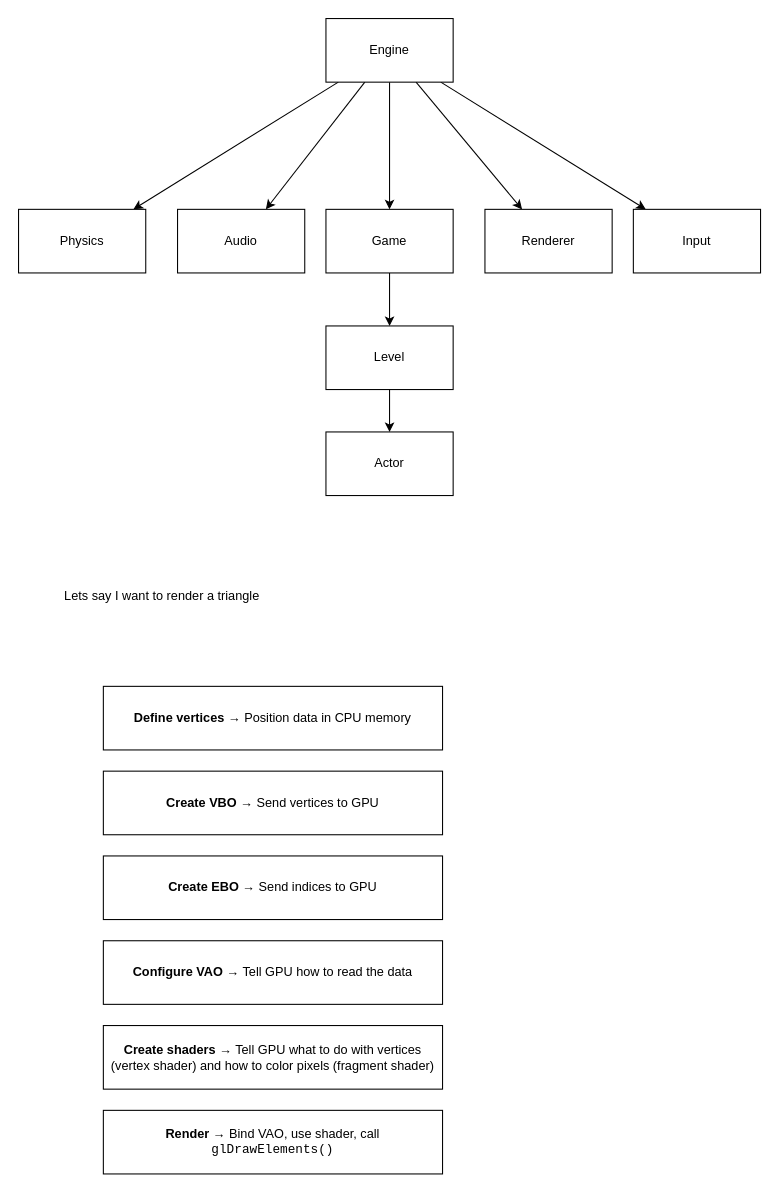
Earlier version of the draw.io diagram plan.drawio (erdospeet11/the-void-engine). Source tidied: cells renumbered, new cells numbered last; positions are measured from the earlier drawing's top-left corner, leaving out a move shared by most shapes. Both pictures are drawn from the tidied source at 106%, with x=0, y=0 at pixel (18, 18).
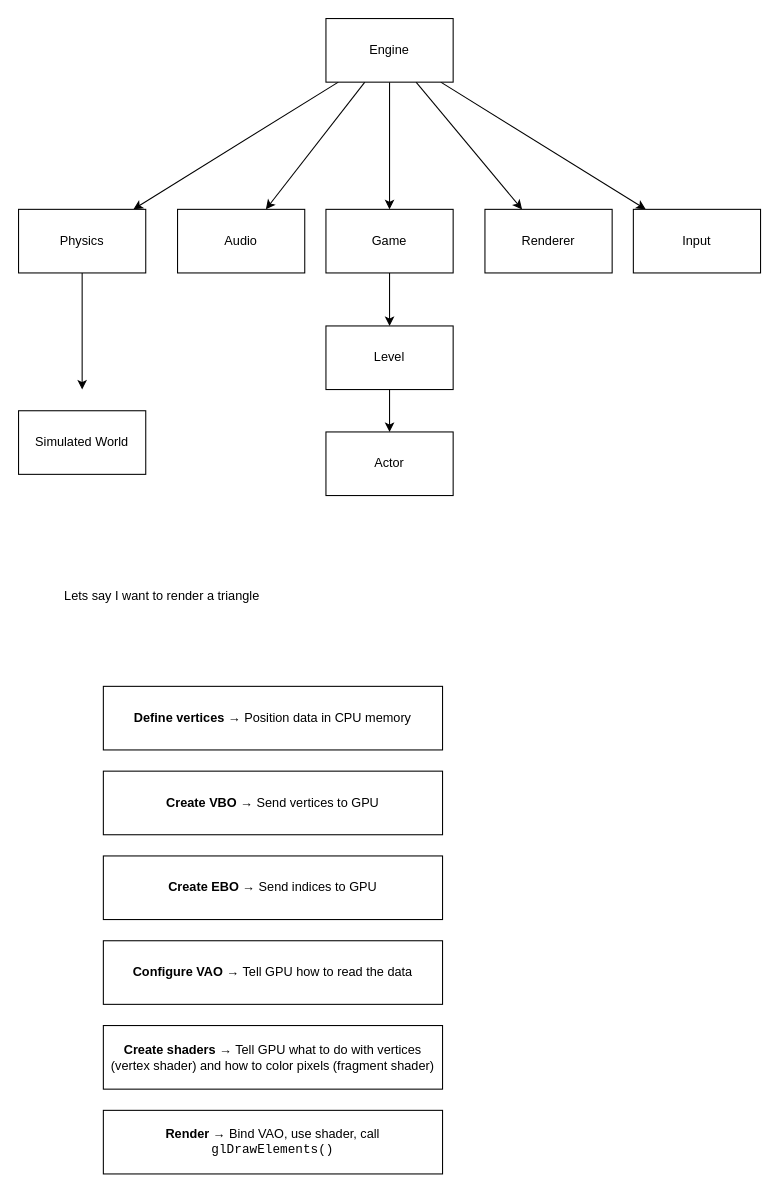
After the change.

Unchanged cells that the change refers to:
```xml
<mxCell id="16" value="Physics" style="whiteSpace=wrap;html=1;" parent="1" vertex="1">
  <mxGeometry y="180" width="120" height="60" as="geometry" />
</mxCell>
```

What changed in the source:
```diff
@@
+    <mxCell id="24" style="edgeStyle=none;html=1;exitX=0.5;exitY=1;exitDx=0;exitDy=0;" parent="1" edge="1" source="16">
+      <mxGeometry relative="1" as="geometry">
+        <mxPoint x="60" y="350" as="targetPoint" />
+      </mxGeometry>
+    </mxCell>
@@
+    <mxCell id="25" value="Si&lt;span style=&quot;background-color: transparent;&quot;&gt;mulated World&lt;/span&gt;" style="whiteSpace=wrap;html=1;" parent="1" vertex="1">
+      <mxGeometry y="370" width="120" height="60" as="geometry" />
+    </mxCell>
```
